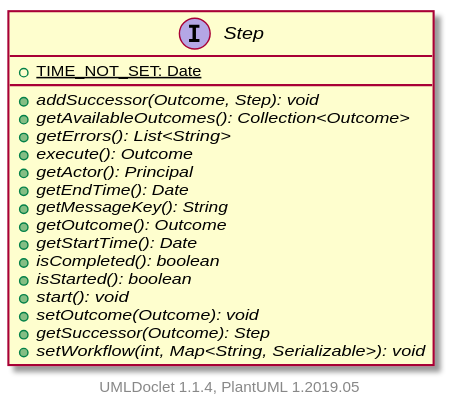
The PlantUML diagram apidocs/2.11.0.M8-SNAPSHOT/org/apache/wiki/workflow/Step.svg in apache/jspwiki-site, before a commit.
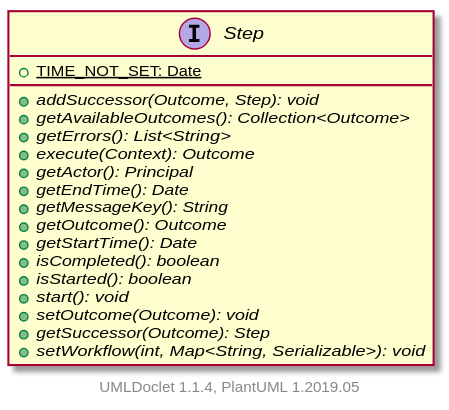
After the change.

What changed in the source:
```diff
@@ -5,7 +5,7 @@
         {abstract} +addSuccessor(Outcome, Step): void
         {abstract} +getAvailableOutcomes(): Collection<Outcome>
         {abstract} +getErrors(): List<String>
-        {abstract} +execute(): Outcome
+        {abstract} +execute(Context): Outcome
         {abstract} +getActor(): Principal
         {abstract} +getEndTime(): Date
         {abstract} +getMessageKey(): String
```
